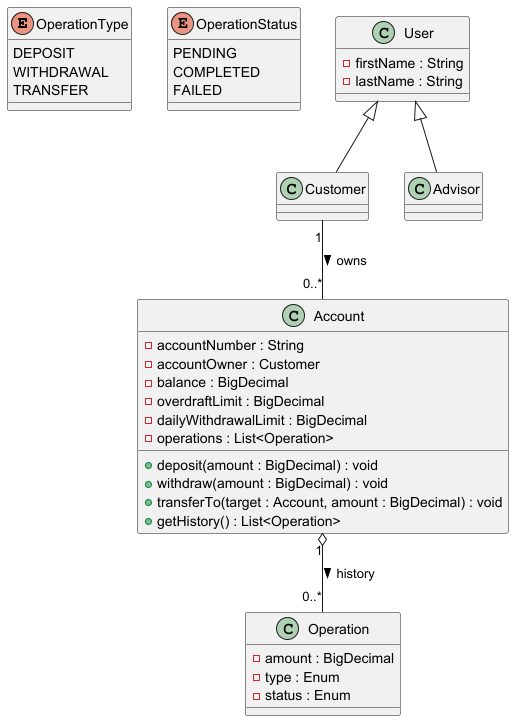
The PlantUML diagram uml/classes.png in remicampistron512/TB-Bank, before a commit.
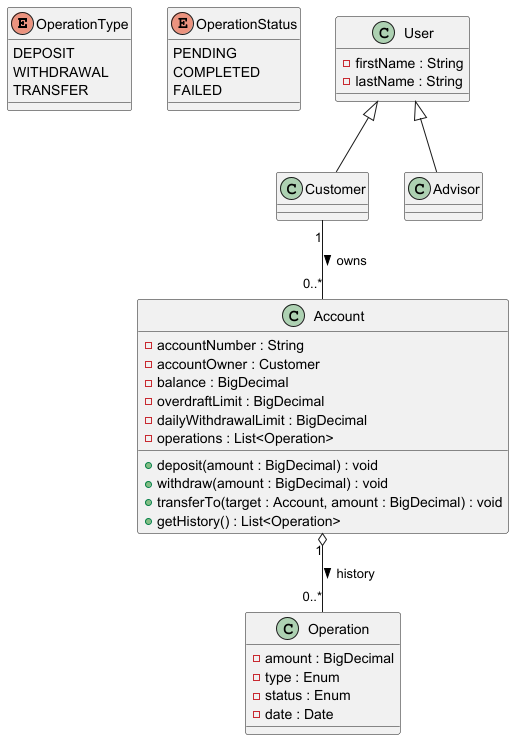
Above is the later version.

Commit message:
Ajout de la propriété date dans Operation

Change to the diagram source:
```diff
@@ -31,6 +31,7 @@
     - amount : BigDecimal
     - type : Enum
     - status : Enum
+    - date : Date
 }
 
 class User {
```
